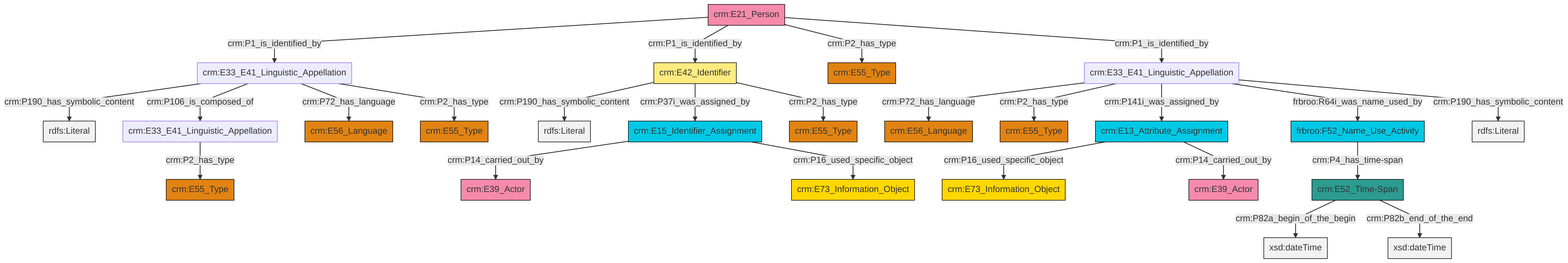
Above: et/personCSV/ttl/mmd/png/Person_Names_and_Classification.png in swiss-art-research-net/reference-data-models (Mermaid), before the change. Its source is kept beside it as et/personCSV/ttl/mmd/Person_Names_and_Classification.ttl.mmd.
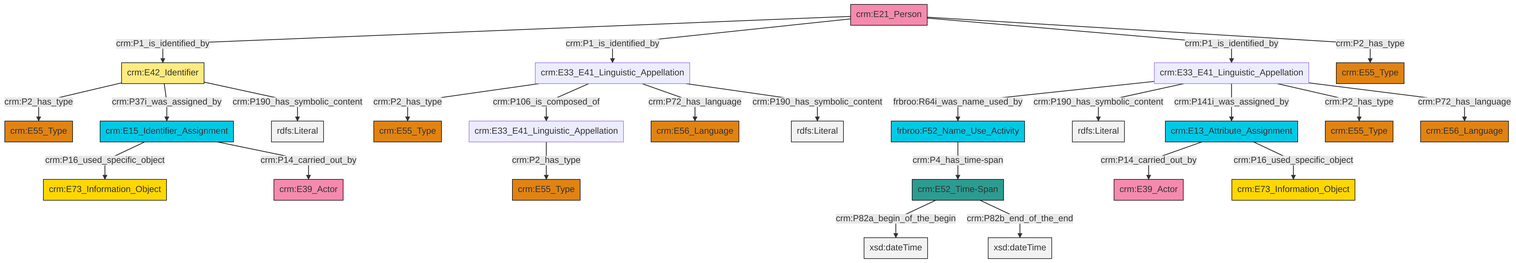
The same diagram one commit later.

The edit, as a diff of the source:
```diff
@@ -13,27 +13,27 @@
 classDef PC_Classes fill:#4ce600, stroke:#000000;
 classDef Multi fill:#cccccc,stroke:#000000;
 
-0["crm:E15_Identifier_Assignment"]:::Temporal_Entity -->|crm:P14_carried_out_by| 1["crm:E39_Actor"]:::Actor
-4["crm:E13_Attribute_Assignment"]:::Temporal_Entity -->|crm:P16_used_specific_object| 5["crm:E73_Information_Object"]:::Conceptual_Object
-2["crm:E33_E41_Linguistic_Appellation"]:::Default -->|crm:P190_has_symbolic_content| 7[rdfs:Literal]:::Literal
-0["crm:E15_Identifier_Assignment"]:::Temporal_Entity -->|crm:P16_used_specific_object| 8["crm:E73_Information_Object"]:::Conceptual_Object
-9["frbroo:F52_Name_Use_Activity"]:::Temporal_Entity -->|crm:P4_has_time-span| 10["crm:E52_Time-Span"]:::Time-Span
-16["crm:E21_Person"]:::Actor -->|crm:P1_is_identified_by| 2["crm:E33_E41_Linguistic_Appellation"]:::Default
-2["crm:E33_E41_Linguistic_Appellation"]:::Default -->|crm:P106_is_composed_of| 17["crm:E33_E41_Linguistic_Appellation"]:::Default
-4["crm:E13_Attribute_Assignment"]:::Temporal_Entity -->|crm:P14_carried_out_by| 12["crm:E39_Actor"]:::Actor
-2["crm:E33_E41_Linguistic_Appellation"]:::Default -->|crm:P72_has_language| 18["crm:E56_Language"]:::Type
-20["crm:E33_E41_Linguistic_Appellation"]:::Default -->|crm:P72_has_language| 21["crm:E56_Language"]:::Type
-20["crm:E33_E41_Linguistic_Appellation"]:::Default -->|crm:P2_has_type| 22["crm:E55_Type"]:::Type
-10["crm:E52_Time-Span"]:::Time-Span -->|crm:P82a_begin_of_the_begin| 30[xsd:dateTime]:::Literal
-16["crm:E21_Person"]:::Actor -->|crm:P1_is_identified_by| 31["crm:E42_Identifier"]:::Appellation
-20["crm:E33_E41_Linguistic_Appellation"]:::Default -->|crm:P141i_was_assigned_by| 4["crm:E13_Attribute_Assignment"]:::Temporal_Entity
-31["crm:E42_Identifier"]:::Appellation -->|crm:P190_has_symbolic_content| 34[rdfs:Literal]:::Literal
-31["crm:E42_Identifier"]:::Appellation -->|crm:P37i_was_assigned_by| 0["crm:E15_Identifier_Assignment"]:::Temporal_Entity
-16["crm:E21_Person"]:::Actor -->|crm:P2_has_type| 26["crm:E55_Type"]:::Type
-17["crm:E33_E41_Linguistic_Appellation"]:::Default -->|crm:P2_has_type| 14["crm:E55_Type"]:::Type
-31["crm:E42_Identifier"]:::Appellation -->|crm:P2_has_type| 39["crm:E55_Type"]:::Type
-20["crm:E33_E41_Linguistic_Appellation"]:::Default -->|frbroo:R64i_was_name_used_by| 9["frbroo:F52_Name_Use_Activity"]:::Temporal_Entity
-2["crm:E33_E41_Linguistic_Appellation"]:::Default -->|crm:P2_has_type| 28["crm:E55_Type"]:::Type
-10["crm:E52_Time-Span"]:::Time-Span -->|crm:P82b_end_of_the_end| 45[xsd:dateTime]:::Literal
-20["crm:E33_E41_Linguistic_Appellation"]:::Default -->|crm:P190_has_symbolic_content| 46[rdfs:Literal]:::Literal
-16["crm:E21_Person"]:::Actor -->|crm:P1_is_identified_by| 20["crm:E33_E41_Linguistic_Appellation"]:::Default
+2["crm:E33_E41_Linguistic_Appellation"]:::Default -->|crm:P2_has_type| 3["crm:E55_Type"]:::Type
+2["crm:E33_E41_Linguistic_Appellation"]:::Default -->|crm:P106_is_composed_of| 4["crm:E33_E41_Linguistic_Appellation"]:::Default
+2["crm:E33_E41_Linguistic_Appellation"]:::Default -->|crm:P72_has_language| 5["crm:E56_Language"]:::Type
+6["crm:E52_Time-Span"]:::Time-Span -->|crm:P82a_begin_of_the_begin| 7[xsd:dateTime]:::Literal
+12["crm:E15_Identifier_Assignment"]:::Temporal_Entity -->|crm:P16_used_specific_object| 13["crm:E73_Information_Object"]:::Conceptual_Object
+14["crm:E21_Person"]:::Actor -->|crm:P1_is_identified_by| 15["crm:E42_Identifier"]:::Appellation
+16["crm:E33_E41_Linguistic_Appellation"]:::Default -->|frbroo:R64i_was_name_used_by| 17["frbroo:F52_Name_Use_Activity"]:::Temporal_Entity
+16["crm:E33_E41_Linguistic_Appellation"]:::Default -->|crm:P190_has_symbolic_content| 18[rdfs:Literal]:::Literal
+2["crm:E33_E41_Linguistic_Appellation"]:::Default -->|crm:P190_has_symbolic_content| 22[rdfs:Literal]:::Literal
+14["crm:E21_Person"]:::Actor -->|crm:P1_is_identified_by| 2["crm:E33_E41_Linguistic_Appellation"]:::Default
+14["crm:E21_Person"]:::Actor -->|crm:P1_is_identified_by| 16["crm:E33_E41_Linguistic_Appellation"]:::Default
+16["crm:E33_E41_Linguistic_Appellation"]:::Default -->|crm:P141i_was_assigned_by| 24["crm:E13_Attribute_Assignment"]:::Temporal_Entity
+12["crm:E15_Identifier_Assignment"]:::Temporal_Entity -->|crm:P14_carried_out_by| 34["crm:E39_Actor"]:::Actor
+16["crm:E33_E41_Linguistic_Appellation"]:::Default -->|crm:P2_has_type| 39["crm:E55_Type"]:::Type
+6["crm:E52_Time-Span"]:::Time-Span -->|crm:P82b_end_of_the_end| 40[xsd:dateTime]:::Literal
+14["crm:E21_Person"]:::Actor -->|crm:P2_has_type| 0["crm:E55_Type"]:::Type
+15["crm:E42_Identifier"]:::Appellation -->|crm:P2_has_type| 19["crm:E55_Type"]:::Type
+15["crm:E42_Identifier"]:::Appellation -->|crm:P37i_was_assigned_by| 12["crm:E15_Identifier_Assignment"]:::Temporal_Entity
+17["frbroo:F52_Name_Use_Activity"]:::Temporal_Entity -->|crm:P4_has_time-span| 6["crm:E52_Time-Span"]:::Time-Span
+24["crm:E13_Attribute_Assignment"]:::Temporal_Entity -->|crm:P14_carried_out_by| 31["crm:E39_Actor"]:::Actor
+16["crm:E33_E41_Linguistic_Appellation"]:::Default -->|crm:P72_has_language| 29["crm:E56_Language"]:::Type
+24["crm:E13_Attribute_Assignment"]:::Temporal_Entity -->|crm:P16_used_specific_object| 35["crm:E73_Information_Object"]:::Conceptual_Object
+15["crm:E42_Identifier"]:::Appellation -->|crm:P190_has_symbolic_content| 44[rdfs:Literal]:::Literal
+4["crm:E33_E41_Linguistic_Appellation"]:::Default -->|crm:P2_has_type| 45["crm:E55_Type"]:::Type
```
